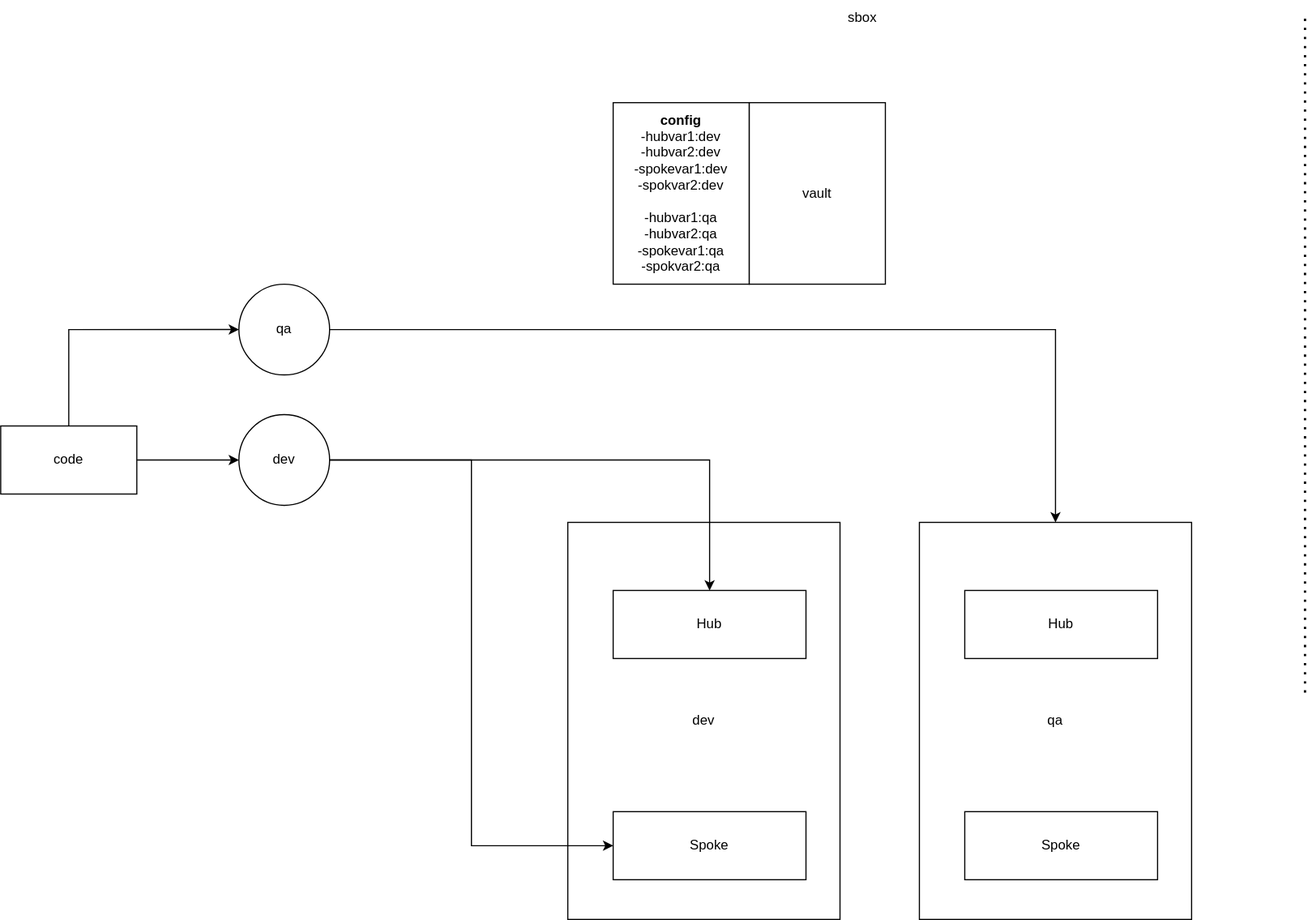
vjavle/invoicecloud keeps this draw.io diagram as infra/configurationdriveninfrastructure.svg. Above is the earlier version. Source tidied: cells renumbered, new cells last; positions are measured from the earlier drawing's top-left corner, leaving out a move shared by most shapes.
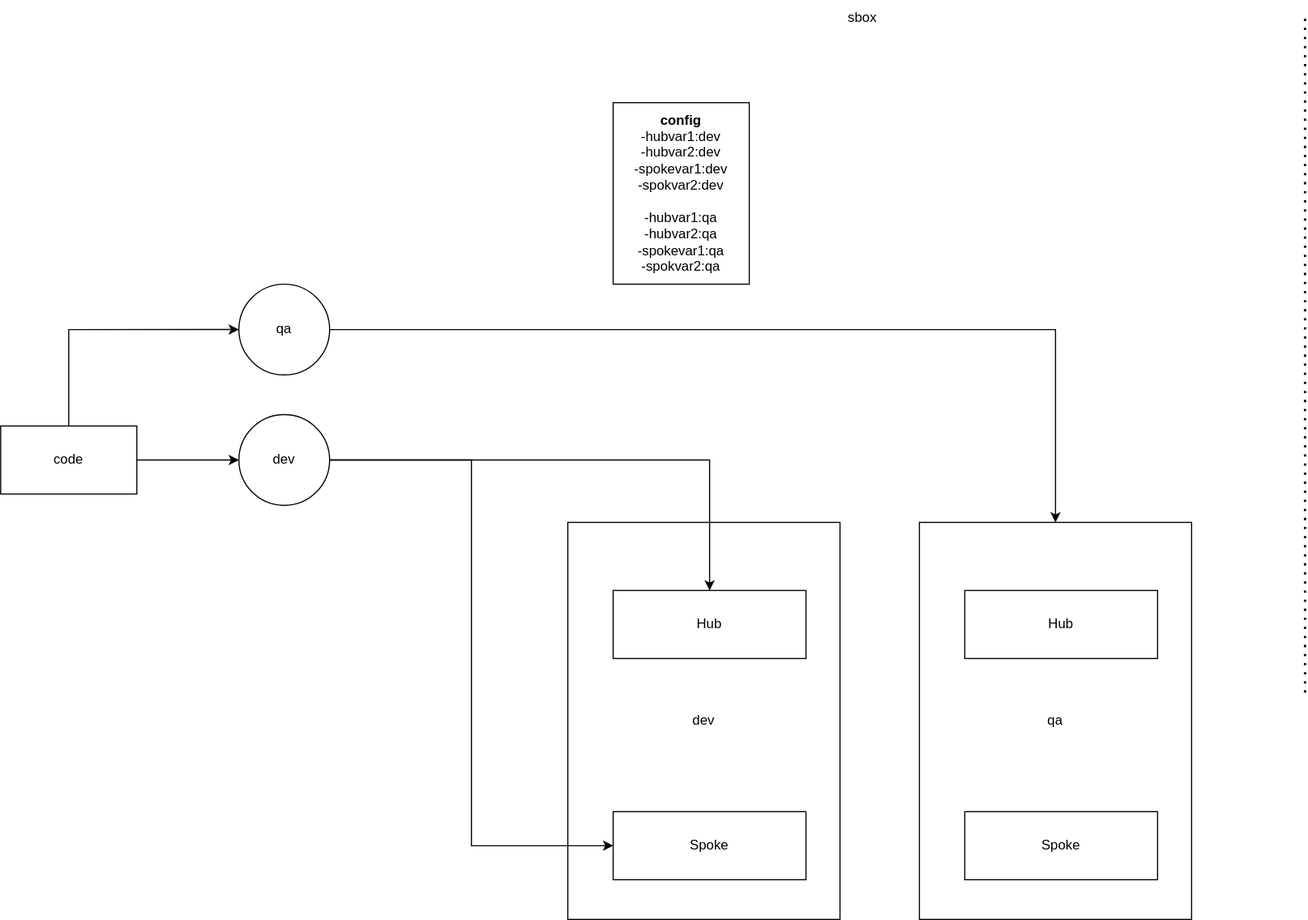
The same file after the commit.

Change to the diagram source:
```diff
@@ -20,9 +20,6 @@
     <mxCell id="6" value="sbox" style="text;html=1;strokeColor=none;fillColor=none;align=center;verticalAlign=middle;whiteSpace=wrap;rounded=0;" parent="1" vertex="1">
       <mxGeometry x="730" width="60" height="30" as="geometry" />
     </mxCell>
-    <mxCell id="7" value="vault" style="rounded=0;whiteSpace=wrap;html=1;" parent="1" vertex="1">
-      <mxGeometry x="660" y="90" width="120" height="160" as="geometry" />
-    </mxCell>
     <mxCell id="8" value="Hub" style="rounded=0;whiteSpace=wrap;html=1;" parent="1" vertex="1">
       <mxGeometry x="540" y="520" width="170" height="60" as="geometry" />
     </mxCell>
```
